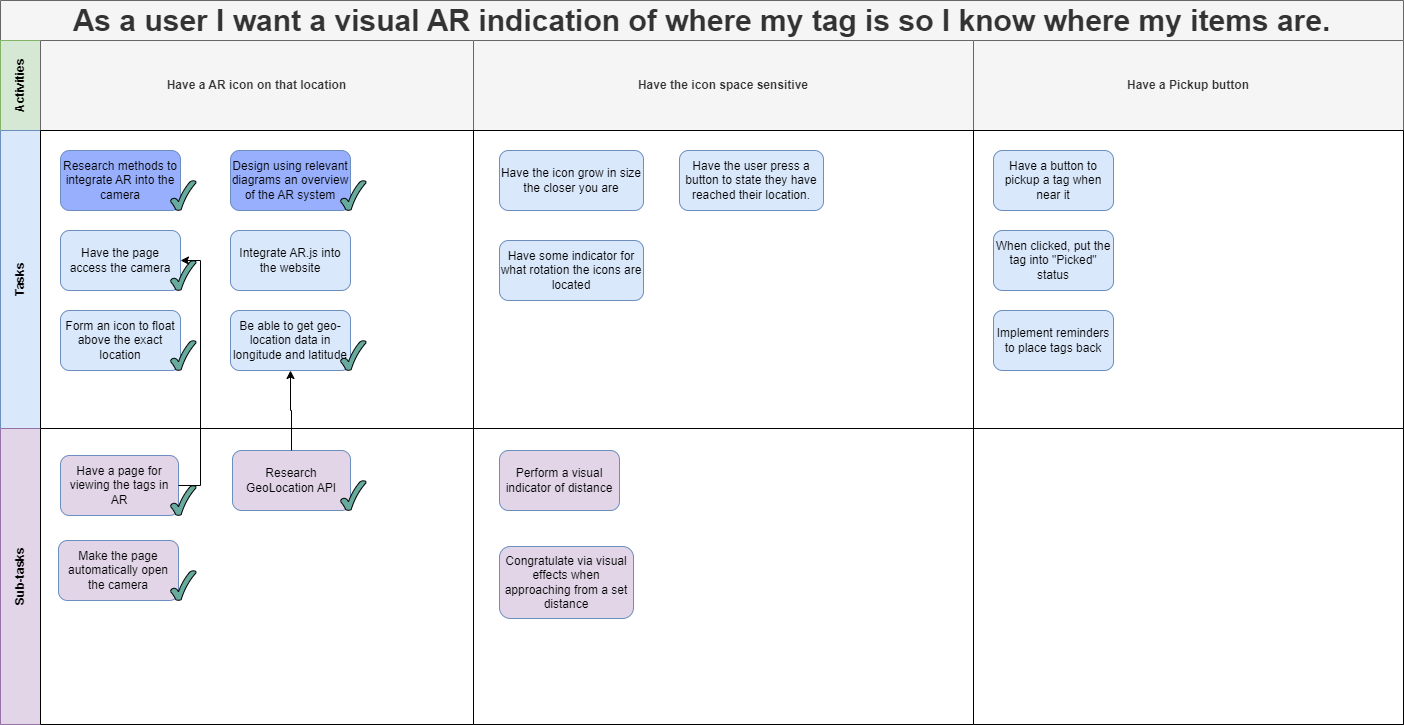
Earlier version of the draw.io export Documentation/Project Diagrams/Story Maps/AR Theme.png (ickeyben123/AR). Source tidied: cells renumbered, new cells last; positions are measured from the earlier drawing's top-left corner, leaving out a move shared by most shapes.
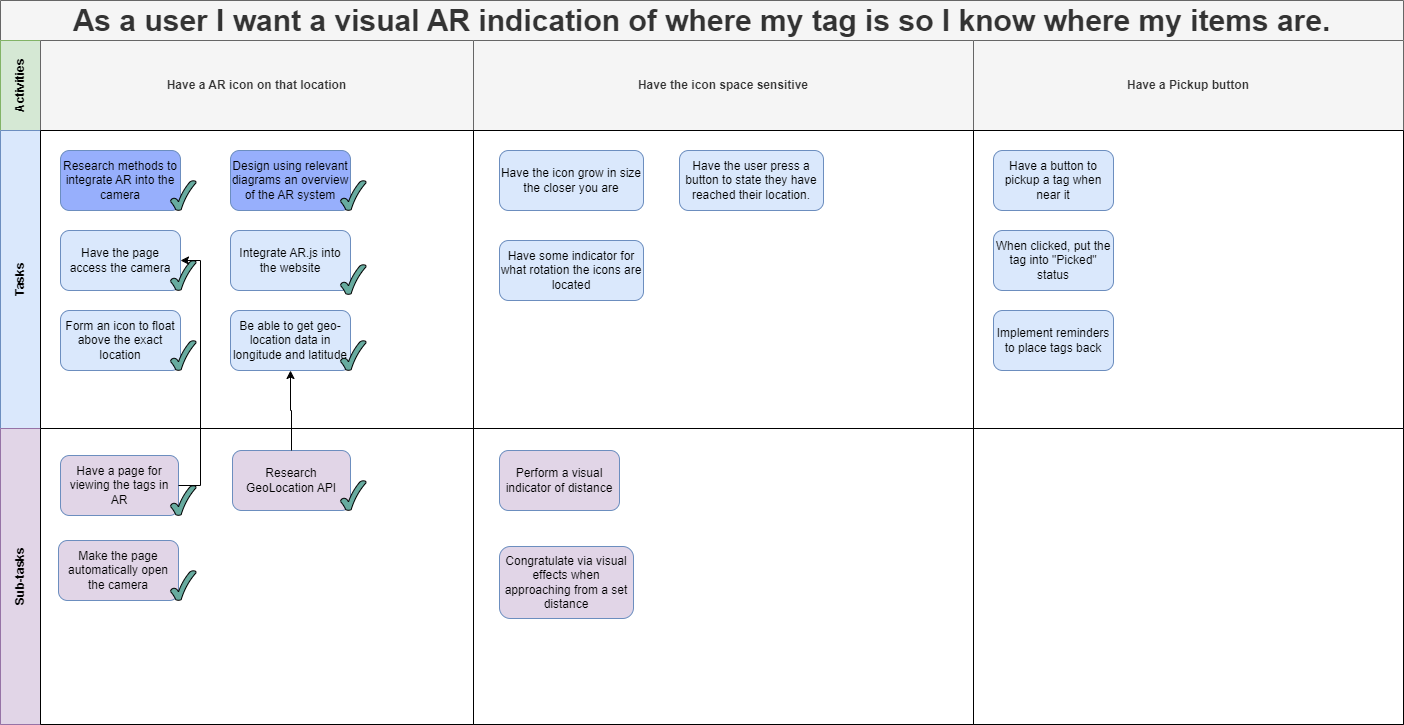
The same file after the commit.

The edit, as a diff of the source:
```diff
@@ -56,6 +56,9 @@
     <mxCell id="19" style="verticalLabelPosition=bottom;verticalAlign=top;html=1;shape=mxgraph.basic.tick;fillColor=#67AB9F;" parent="8" vertex="1">
       <mxGeometry x="300" y="50" width="25.5" height="30" as="geometry" />
     </mxCell>
+    <mxCell id="43" style="verticalLabelPosition=bottom;verticalAlign=top;html=1;shape=mxgraph.basic.tick;fillColor=#67AB9F;" parent="8" vertex="1">
+      <mxGeometry x="300" y="134" width="25.5" height="30" as="geometry" />
+    </mxCell>
     <mxCell id="20" style="swimlane;startSize=0;html=1;whiteSpace=wrap;" parent="7" vertex="1">
       <mxGeometry x="473" width="500" height="298" as="geometry" />
     </mxCell>
```
